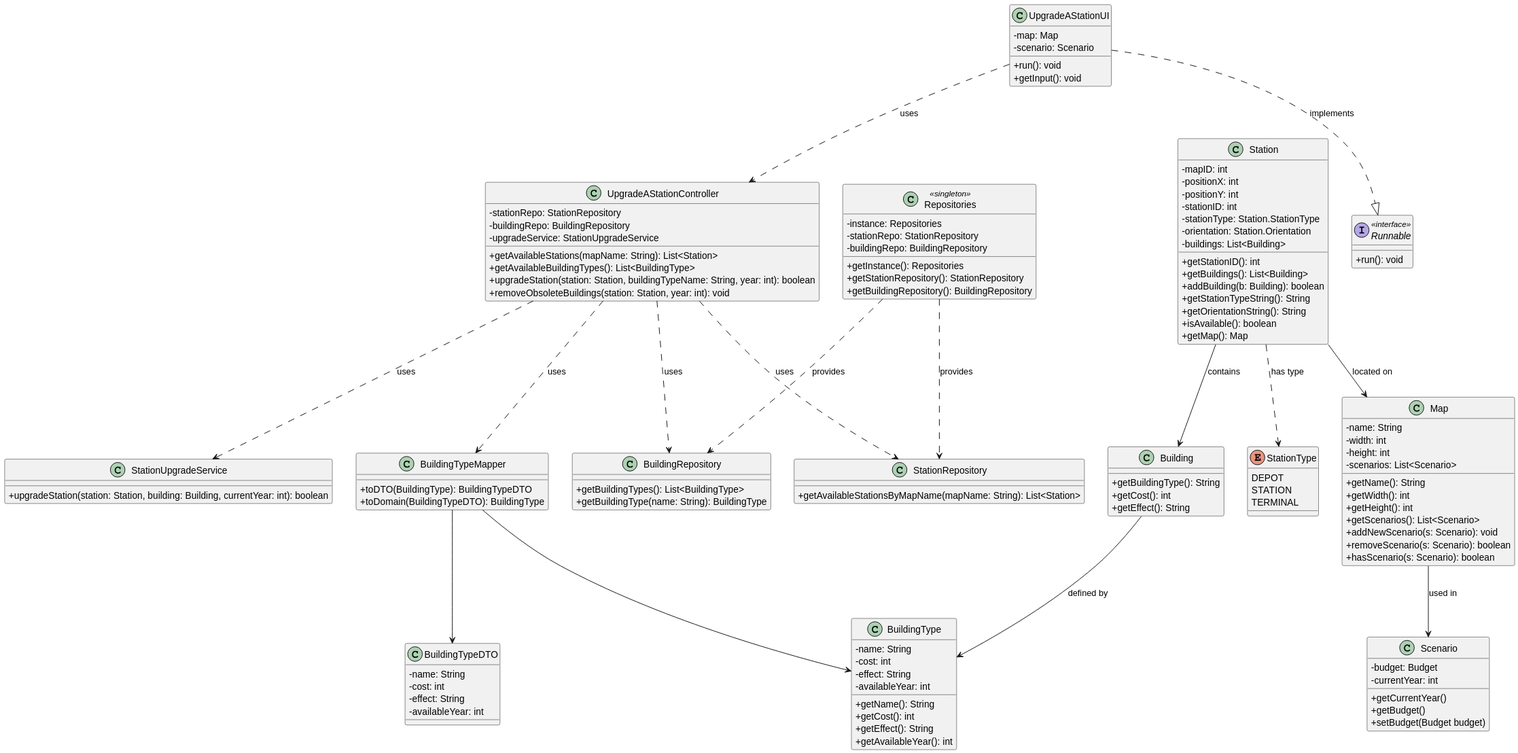
ivasduarte/all-aboard keeps this PlantUML diagram as docs/sprint3/us006/03.design/svg/us006-class-diagram.svg. Above is the earlier version.
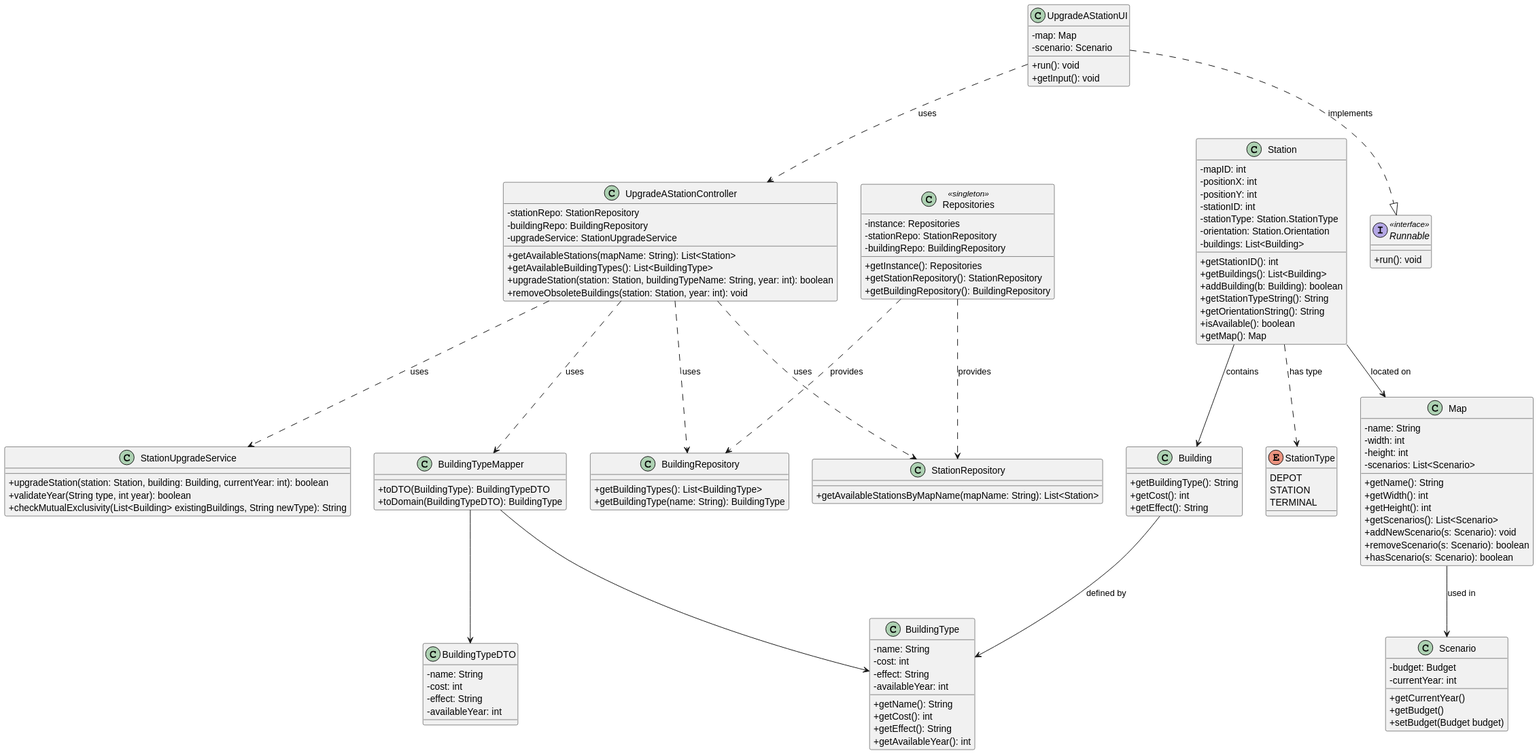
The same file after the commit.

Diff of the diagram source:
```diff
@@ -39,6 +39,8 @@
 
 class StationUpgradeService {
   + upgradeStation(station: Station, building: Building, currentYear: int): boolean
+  + validateYear(String type, int year): boolean
+  + checkMutualExclusivity(List<Building> existingBuildings, String newType): String
 }
 
 class UpgradeAStationController {
```
